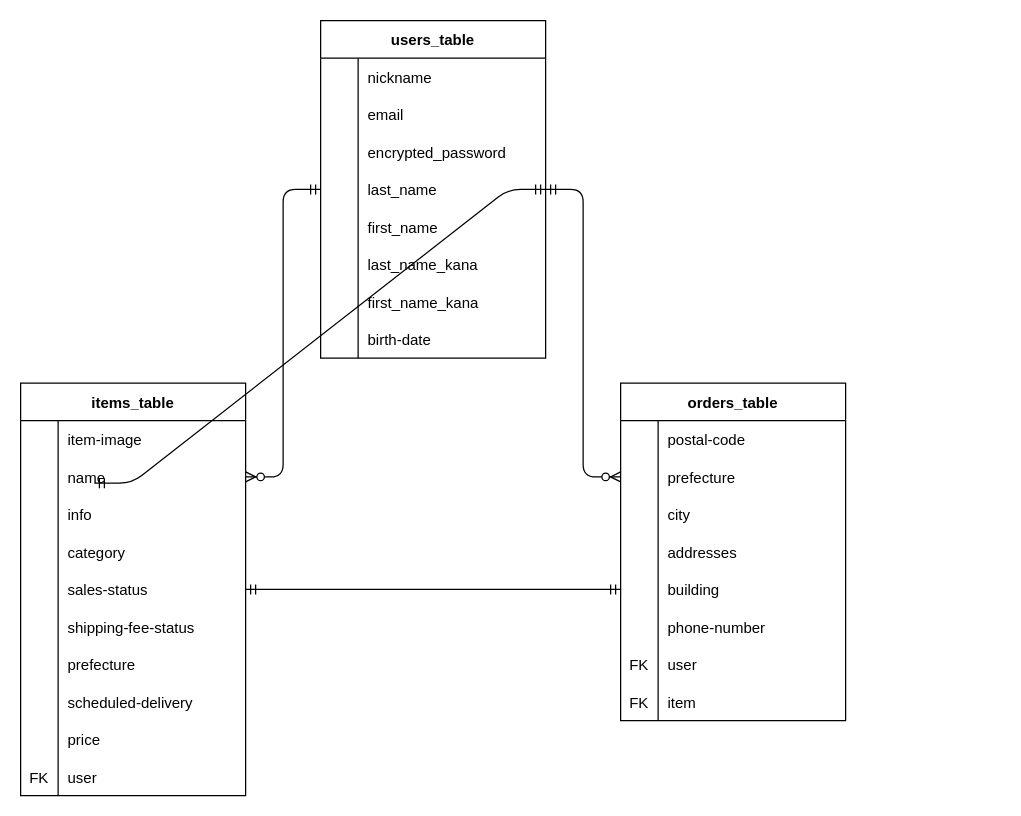
Tac-O-Lanthan/furima-33053 keeps this draw.io diagram as entity_relation_table.dio. Above is the earlier version. Source tidied: cells renumbered, new cells numbered last; positions are measured from the earlier drawing's top-left corner, leaving out a move shared by most shapes. Both pictures are drawn from the tidied source at 125%, with x=0, y=0 at pixel (20, 20).
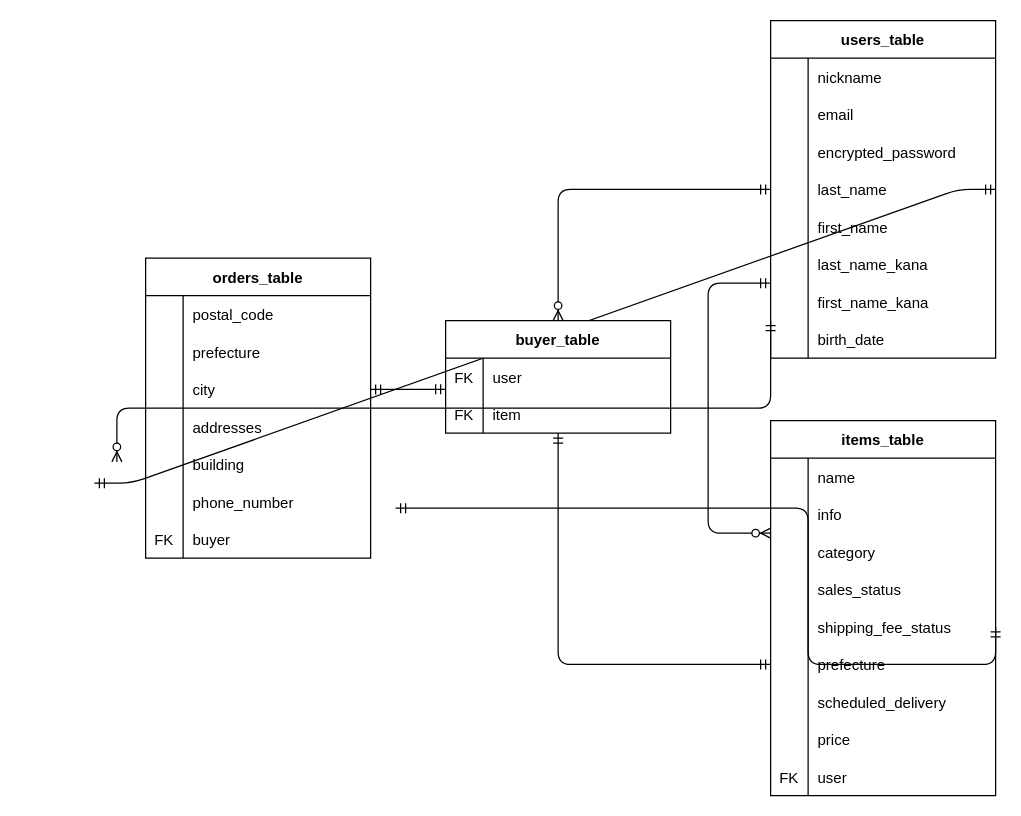
The same diagram, later.

Commit message (it also covers changes not shown here):
ER図とREADMEの作成（修正2）

Unchanged cells that the change refers to:
```xml
<mxCell id="12" style="shape=partialRectangle;fillColor=none;top=0;left=0;bottom=0;right=0;points=[[0,0.5],[1,0.5]];portConstraint=eastwest;" parent="2" vertex="1">
  <mxGeometry y="120" width="180" height="30" as="geometry" />
</mxCell>
<mxCell id="18" style="shape=partialRectangle;fillColor=none;top=0;left=0;bottom=0;right=0;points=[[0,0.5],[1,0.5]];portConstraint=eastwest;" parent="2" vertex="1">
  <mxGeometry y="180" width="180" height="30" as="geometry" />
</mxCell>
<mxCell id="24" style="shape=partialRectangle;fillColor=none;top=0;left=0;bottom=0;right=0;points=[[0,0.5],[1,0.5]];portConstraint=eastwest;" parent="2" vertex="1">
  <mxGeometry y="240" width="180" height="30" as="geometry" />
</mxCell>
<mxCell id="59" style="shape=partialRectangle;fillColor=none;top=0;left=0;bottom=0;right=0;" parent="58" vertex="1">
  <mxGeometry y="30" width="180" height="30" as="geometry" />
</mxCell>
<mxCell id="62" style="shape=partialRectangle;fillColor=none;top=0;left=0;bottom=0;right=0;points=[[0,0.5],[1,0.5]];portConstraint=eastwest;" parent="58" vertex="1">
  <mxGeometry y="60" width="180" height="30" as="geometry" />
</mxCell>
<mxCell id="65" style="shape=partialRectangle;fillColor=none;top=0;left=0;bottom=0;right=0;points=[[0,0.5],[1,0.5]];portConstraint=eastwest;" parent="58" vertex="1">
  <mxGeometry y="90" width="180" height="30" as="geometry" />
</mxCell>
<mxCell id="71" style="shape=partialRectangle;fillColor=none;top=0;left=0;bottom=0;right=0;points=[[0,0.5],[1,0.5]];portConstraint=eastwest;" parent="58" vertex="1">
  <mxGeometry y="150" width="180" height="30" as="geometry" />
</mxCell>
<mxCell id="74" style="shape=partialRectangle;fillColor=none;top=0;left=0;bottom=0;right=0;" parent="58" vertex="1">
  <mxGeometry y="180" width="180" height="30" as="geometry" />
</mxCell>
<mxCell id="77" style="shape=partialRectangle;fillColor=none;top=0;left=0;bottom=0;right=0;" parent="58" vertex="1">
  <mxGeometry y="210" width="180" height="30" as="geometry" />
</mxCell>
```

Change to the diagram source:
```diff
@@
     <mxCell id="2" value="users_table" style="shape=table;startSize=30;childLayout=tableLayout;rowLines=0;fontStyle=1;align=center;verticalAlign=middle;" parent="1" vertex="1">
-      <mxGeometry x="240" width="180" height="270" as="geometry" />
+      <mxGeometry x="600" width="180" height="270" as="geometry" />
     </mxCell>
@@
-    <mxCell id="26" value="birth-date" style="shape=partialRectangle;fillColor=none;top=0;left=0;bottom=0;right=0;align=left;spacingLeft=6;overflow=hidden;" parent="24" vertex="1">
+    <mxCell id="26" value="birth_date" style="shape=partialRectangle;fillColor=none;top=0;left=0;bottom=0;right=0;align=left;spacingLeft=6;overflow=hidden;" parent="24" vertex="1">
       <mxGeometry x="30" width="150" height="30" as="geometry" />
     </mxCell>
     <mxCell id="27" value="items_table" style="shape=table;startSize=30;childLayout=tableLayout;rowLines=0;fontStyle=1;align=center;verticalAlign=middle;" parent="1" vertex="1">
-      <mxGeometry y="290" width="180" height="330" as="geometry" />
+      <mxGeometry x="600" y="320" width="180" height="300" as="geometry" />
     </mxCell>
-    <mxCell id="28" style="shape=partialRectangle;fillColor=none;top=0;left=0;bottom=1;right=0;points=[[0,0.5],[1,0.5]];portConstraint=eastwest;strokeColor=none;" parent="27" vertex="1">
-      <mxGeometry y="30" width="180" height="30" as="geometry" />
-    </mxCell>
-    <mxCell id="29" style="shape=partialRectangle;fillColor=none;top=0;left=0;bottom=0;right=0;fontStyle=1;overflow=hidden;" parent="28" vertex="1">
-      <mxGeometry width="30" height="30" as="geometry" />
-    </mxCell>
-    <mxCell id="30" value="item-image" style="shape=partialRectangle;fillColor=none;top=0;left=0;bottom=0;right=0;align=left;spacingLeft=6;fontStyle=0;overflow=hidden;verticalAlign=middle;" parent="28" vertex="1">
-      <mxGeometry x="30" width="150" height="30" as="geometry" />
-    </mxCell>
     <mxCell id="31" style="shape=partialRectangle;fillColor=none;top=0;left=0;bottom=0;right=0;points=[[0,0.5],[1,0.5]];portConstraint=eastwest;" parent="27" vertex="1">
-      <mxGeometry y="60" width="180" height="30" as="geometry" />
+      <mxGeometry y="30" width="180" height="30" as="geometry" />
     </mxCell>
@@
     <mxCell id="34" style="shape=partialRectangle;fillColor=none;top=0;left=0;bottom=0;right=0;points=[[0,0.5],[1,0.5]];portConstraint=eastwest;" parent="27" vertex="1">
-      <mxGeometry y="90" width="180" height="30" as="geometry" />
+      <mxGeometry y="60" width="180" height="30" as="geometry" />
     </mxCell>
@@
     <mxCell id="37" style="shape=partialRectangle;fillColor=none;top=0;left=0;bottom=0;right=0;" parent="27" vertex="1">
-      <mxGeometry y="120" width="180" height="30" as="geometry" />
+      <mxGeometry y="90" width="180" height="30" as="geometry" />
     </mxCell>
@@
     <mxCell id="40" style="shape=partialRectangle;fillColor=none;top=0;left=0;bottom=0;right=0;points=[[0,0.5],[1,0.5]];portConstraint=eastwest;" parent="27" vertex="1">
-      <mxGeometry y="150" width="180" height="30" as="geometry" />
+      <mxGeometry y="120" width="180" height="30" as="geometry" />
     </mxCell>
@@
-    <mxCell id="42" value="sales-status" style="shape=partialRectangle;fillColor=none;top=0;left=0;bottom=0;right=0;align=left;spacingLeft=6;overflow=hidden;" parent="40" vertex="1">
+    <mxCell id="42" value="sales_status" style="shape=partialRectangle;fillColor=none;top=0;left=0;bottom=0;right=0;align=left;spacingLeft=6;overflow=hidden;" parent="40" vertex="1">
       <mxGeometry x="30" width="150" height="30" as="geometry" />
     </mxCell>
     <mxCell id="43" style="shape=partialRectangle;fillColor=none;top=0;left=0;bottom=0;right=0;points=[[0,0.5],[1,0.5]];portConstraint=eastwest;" parent="27" vertex="1">
-      <mxGeometry y="180" width="180" height="30" as="geometry" />
+      <mxGeometry y="150" width="180" height="30" as="geometry" />
     </mxCell>
@@
-    <mxCell id="45" value="shipping-fee-status" style="shape=partialRectangle;fillColor=none;top=0;left=0;bottom=0;right=0;align=left;spacingLeft=6;overflow=hidden;" parent="43" vertex="1">
+    <mxCell id="45" value="shipping_fee_status" style="shape=partialRectangle;fillColor=none;top=0;left=0;bottom=0;right=0;align=left;spacingLeft=6;overflow=hidden;" parent="43" vertex="1">
       <mxGeometry x="30" width="150" height="30" as="geometry" />
     </mxCell>
     <mxCell id="46" style="shape=partialRectangle;fillColor=none;top=0;left=0;bottom=0;right=0;points=[[0,0.5],[1,0.5]];portConstraint=eastwest;" parent="27" vertex="1">
-      <mxGeometry y="210" width="180" height="30" as="geometry" />
+      <mxGeometry y="180" width="180" height="30" as="geometry" />
     </mxCell>
@@
     <mxCell id="49" style="shape=partialRectangle;fillColor=none;top=0;left=0;bottom=0;right=0;" parent="27" vertex="1">
-      <mxGeometry y="240" width="180" height="30" as="geometry" />
+      <mxGeometry y="210" width="180" height="30" as="geometry" />
     </mxCell>
@@
-    <mxCell id="51" value="scheduled-delivery" style="shape=partialRectangle;fillColor=none;top=0;left=0;bottom=0;right=0;align=left;spacingLeft=6;overflow=hidden;" parent="49" vertex="1">
+    <mxCell id="51" value="scheduled_delivery" style="shape=partialRectangle;fillColor=none;top=0;left=0;bottom=0;right=0;align=left;spacingLeft=6;overflow=hidden;" parent="49" vertex="1">
       <mxGeometry x="30" width="150" height="30" as="geometry" />
     </mxCell>
     <mxCell id="52" style="shape=partialRectangle;fillColor=none;top=0;left=0;bottom=0;right=0;" parent="27" vertex="1">
-      <mxGeometry y="270" width="180" height="30" as="geometry" />
+      <mxGeometry y="240" width="180" height="30" as="geometry" />
     </mxCell>
@@
     <mxCell id="55" style="shape=partialRectangle;fillColor=none;top=0;left=0;bottom=0;right=0;" parent="27" vertex="1">
-      <mxGeometry y="300" width="180" height="30" as="geometry" />
+      <mxGeometry y="270" width="180" height="30" as="geometry" />
     </mxCell>
@@
     <mxCell id="58" value="orders_table" style="shape=table;startSize=30;childLayout=tableLayout;rowLines=0;fontStyle=1;align=center;verticalAlign=middle;" parent="1" vertex="1">
-      <mxGeometry x="480" y="290" width="180" height="270" as="geometry" />
+      <mxGeometry x="100" y="190" width="180" height="240" as="geometry" />
     </mxCell>
@@
-    <mxCell id="61" value="postal-code" style="shape=partialRectangle;fillColor=none;top=0;left=0;bottom=0;right=0;align=left;spacingLeft=6;overflow=hidden;" parent="59" vertex="1">
+    <mxCell id="61" value="postal_code" style="shape=partialRectangle;fillColor=none;top=0;left=0;bottom=0;right=0;align=left;spacingLeft=6;overflow=hidden;" parent="59" vertex="1">
       <mxGeometry x="30" width="150" height="30" as="geometry" />
     </mxCell>
@@
-    <mxCell id="76" value="phone-number" style="shape=partialRectangle;fillColor=none;top=0;left=0;bottom=0;right=0;align=left;spacingLeft=6;overflow=hidden;" parent="74" vertex="1">
+    <mxCell id="76" value="phone_number" style="shape=partialRectangle;fillColor=none;top=0;left=0;bottom=0;right=0;align=left;spacingLeft=6;overflow=hidden;" parent="74" vertex="1">
       <mxGeometry x="30" width="150" height="30" as="geometry" />
     </mxCell>
@@
-    <mxCell id="78" value="FK" style="shape=partialRectangle;fillColor=none;top=0;left=0;bottom=0;right=0;overflow=hidden;" parent="77" vertex="1">
-      <mxGeometry width="30" height="30" as="geometry" />
-    </mxCell>
-    <mxCell id="79" value="user" style="shape=partialRectangle;fillColor=none;top=0;left=0;bottom=0;right=0;align=left;spacingLeft=6;overflow=hidden;" parent="77" vertex="1">
-      <mxGeometry x="30" width="150" height="30" as="geometry" />
-    </mxCell>
-    <mxCell id="80" style="shape=partialRectangle;fillColor=none;top=0;left=0;bottom=0;right=0;" parent="58" vertex="1">
-      <mxGeometry y="240" width="180" height="30" as="geometry" />
-    </mxCell>
-    <mxCell id="81" value="FK" style="shape=partialRectangle;fillColor=none;top=0;left=0;bottom=0;right=0;overflow=hidden;" parent="80" vertex="1">
-      <mxGeometry width="30" height="30" as="geometry" />
-    </mxCell>
-    <mxCell id="82" value="item" style="shape=partialRectangle;fillColor=none;top=0;left=0;bottom=0;right=0;align=left;spacingLeft=6;overflow=hidden;" parent="80" vertex="1">
-      <mxGeometry x="30" width="150" height="30" as="geometry" />
-    </mxCell>
+    <mxCell id="87" value="FK" style="shape=partialRectangle;fillColor=none;top=0;left=0;bottom=0;right=0;overflow=hidden;" parent="77" vertex="1">
+      <mxGeometry width="30" height="30" as="geometry" />
+    </mxCell>
+    <mxCell id="88" value="buyer" style="shape=partialRectangle;fillColor=none;top=0;left=0;bottom=0;right=0;align=left;spacingLeft=6;overflow=hidden;" parent="77" vertex="1">
+      <mxGeometry x="30" width="150" height="30" as="geometry" />
+    </mxCell>
-    <mxCell id="83" style="edgeStyle=entityRelationEdgeStyle;fontSize=12;html=1;endArrow=ERzeroToMany;startArrow=ERmandOne;exitX=0;exitY=0.5;exitDx=0;exitDy=0;entryX=1;entryY=0.5;entryDx=0;entryDy=0;" parent="1" edge="1" source="12" target="31">
-      <mxGeometry relative="1" as="geometry" />
+    <mxCell id="83" style="edgeStyle=elbowEdgeStyle;fontSize=12;html=1;endArrow=ERzeroToMany;startArrow=ERmandOne;exitX=0;exitY=0;exitDx=0;exitDy=0;entryX=0;entryY=1;entryDx=0;entryDy=0;elbow=vertical;exitPerimeter=0;entryPerimeter=0;" parent="1" edge="1" source="24">
+      <mxGeometry relative="1" as="geometry">
+        <mxPoint x="77" y="353" as="targetPoint" />
+        <Array as="points">
+          <mxPoint x="560" y="310" />
+        </Array>
+      </mxGeometry>
     </mxCell>
-    <mxCell id="84" style="edgeStyle=entityRelationEdgeStyle;fontSize=12;html=1;endArrow=ERmandOne;startArrow=ERmandOne;exitX=1;exitY=0.5;exitDx=0;exitDy=0;entryX=0;entryY=0.5;entryDx=0;entryDy=0;" parent="1" edge="1" source="40" target="71">
-      <mxGeometry relative="1" as="geometry" />
+    <mxCell id="84" style="edgeStyle=orthogonalEdgeStyle;fontSize=12;html=1;endArrow=ERmandOne;startArrow=ERmandOne;exitX=1;exitY=0.5;exitDx=0;exitDy=0;entryX=0.5;entryY=1.033;entryDx=0;entryDy=0;entryPerimeter=0;elbow=vertical;" parent="1" edge="1" source="43">
+      <mxGeometry relative="1" as="geometry">
+        <mxPoint x="300" y="390" as="targetPoint" />
+        <Array as="points">
+          <mxPoint x="630" y="515" />
+        </Array>
+      </mxGeometry>
     </mxCell>
@@
-    <mxCell id="86" style="edgeStyle=entityRelationEdgeStyle;fontSize=12;html=1;endArrow=ERzeroToMany;startArrow=ERmandOne;exitX=1;exitY=0.5;exitDx=0;exitDy=0;entryX=0;entryY=0.5;entryDx=0;entryDy=0;" parent="1" edge="1" source="12" target="62">
-      <mxGeometry relative="1" as="geometry" />
-    </mxCell>
+    <mxCell id="89" value="buyer_table" style="shape=table;startSize=30;childLayout=tableLayout;rowLines=0;fontStyle=1;align=center;" parent="1" vertex="1">
+      <mxGeometry x="340" y="240" width="180" height="90" as="geometry" />
+    </mxCell>
+    <mxCell id="28" style="shape=partialRectangle;fillColor=none;top=0;left=0;bottom=1;right=0;points=[[0,0.5],[1,0.5]];portConstraint=eastwest;strokeColor=none;" parent="89" vertex="1">
+      <mxGeometry y="30" width="180" height="30" as="geometry" />
+    </mxCell>
+    <mxCell id="90" value="FK" style="shape=partialRectangle;fillColor=none;top=0;left=0;bottom=0;right=0;fontStyle=0;overflow=hidden;" parent="28" vertex="1">
+      <mxGeometry width="30" height="30" as="geometry" />
+    </mxCell>
+    <mxCell id="79" value="user" style="shape=partialRectangle;fillColor=none;top=0;left=0;bottom=0;right=0;align=left;spacingLeft=6;fontStyle=0;overflow=hidden;" parent="28" vertex="1">
+      <mxGeometry x="30" width="150" height="30" as="geometry" />
+    </mxCell>
+    <mxCell id="91" style="shape=partialRectangle;fillColor=none;top=0;left=0;bottom=0;right=0;points=[[0,0.5],[1,0.5]];portConstraint=eastwest;" parent="89" vertex="1">
+      <mxGeometry y="60" width="180" height="30" as="geometry" />
+    </mxCell>
+    <mxCell id="92" value="FK" style="shape=partialRectangle;fillColor=none;top=0;left=0;bottom=0;right=0;overflow=hidden;" parent="91" vertex="1">
+      <mxGeometry width="30" height="30" as="geometry" />
+    </mxCell>
+    <mxCell id="82" value="item" style="shape=partialRectangle;fillColor=none;top=0;left=0;bottom=0;right=0;align=left;spacingLeft=6;overflow=hidden;" parent="91" vertex="1">
+      <mxGeometry x="30" width="150" height="30" as="geometry" />
+    </mxCell>
+    <mxCell id="93" style="edgeStyle=orthogonalEdgeStyle;fontSize=12;html=1;endArrow=ERzeroToMany;startArrow=ERmandOne;exitX=0;exitY=0.5;exitDx=0;exitDy=0;entryX=0.5;entryY=0;entryDx=0;entryDy=0;" parent="1" edge="1" source="12" target="89">
+      <mxGeometry relative="1" as="geometry" />
+    </mxCell>
+    <mxCell id="94" style="edgeStyle=orthogonalEdgeStyle;fontSize=12;html=1;endArrow=ERmandOne;startArrow=ERmandOne;exitX=0;exitY=0.5;exitDx=0;exitDy=0;entryX=0.5;entryY=1;entryDx=0;entryDy=0;entryPerimeter=0;elbow=vertical;" parent="1" edge="1" source="46" target="91">
+      <mxGeometry relative="1" as="geometry">
+        <Array as="points">
+          <mxPoint x="430" y="515" />
+        </Array>
+      </mxGeometry>
+    </mxCell>
+    <mxCell id="95" style="edgeStyle=entityRelationEdgeStyle;fontSize=12;html=1;endArrow=ERmandOne;startArrow=ERmandOne;exitX=1;exitY=0.5;exitDx=0;exitDy=0;entryX=0;entryY=0.833;entryDx=0;entryDy=0;entryPerimeter=0;" parent="1" edge="1" source="65" target="28">
+      <mxGeometry relative="1" as="geometry" />
+    </mxCell>
+    <mxCell id="96" style="edgeStyle=orthogonalEdgeStyle;fontSize=12;html=1;endArrow=ERzeroToMany;startArrow=ERmandOne;exitX=0;exitY=1;exitDx=0;exitDy=0;entryX=0;entryY=1;entryDx=0;entryDy=0;exitPerimeter=0;entryPerimeter=0;" parent="1" edge="1" source="18" target="34">
+      <mxGeometry relative="1" as="geometry">
+        <Array as="points">
+          <mxPoint x="550" y="210" />
+          <mxPoint x="550" y="410" />
+        </Array>
+      </mxGeometry>
+    </mxCell>
```
